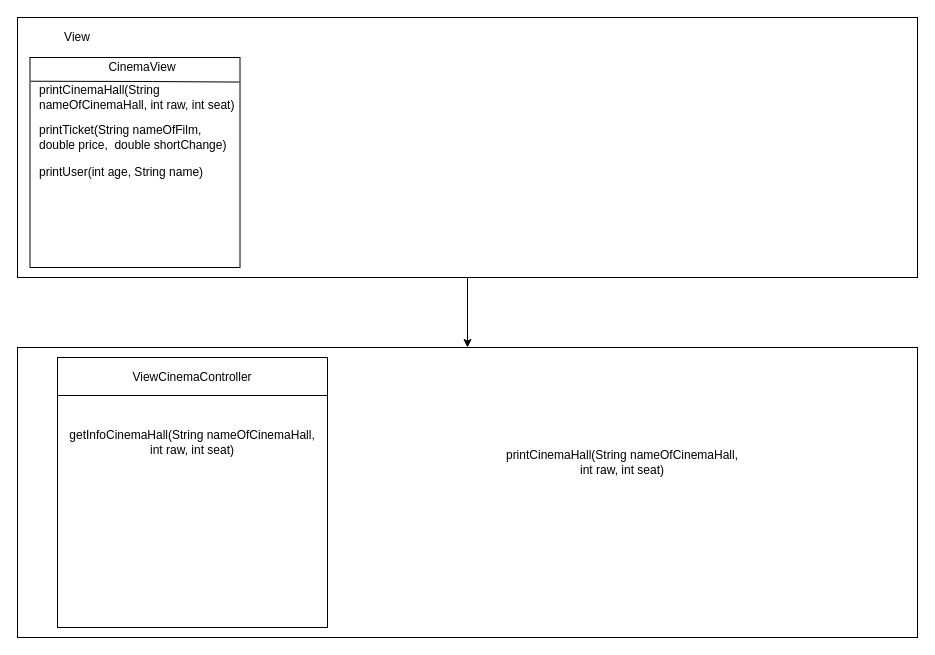
The draw.io diagram page "Page-2" (2 of 2) of Untitled Diagram.drawio in AleksandrBohan/diagram_for_project_group3_JWD, before the edit. Source tidied: cells renumbered, new cells numbered last; positions are measured from the earlier drawing's top-left corner, leaving out a move shared by most shapes. Both pictures are drawn from the tidied source at 100%, with x=0, y=0 at pixel (17, 17).
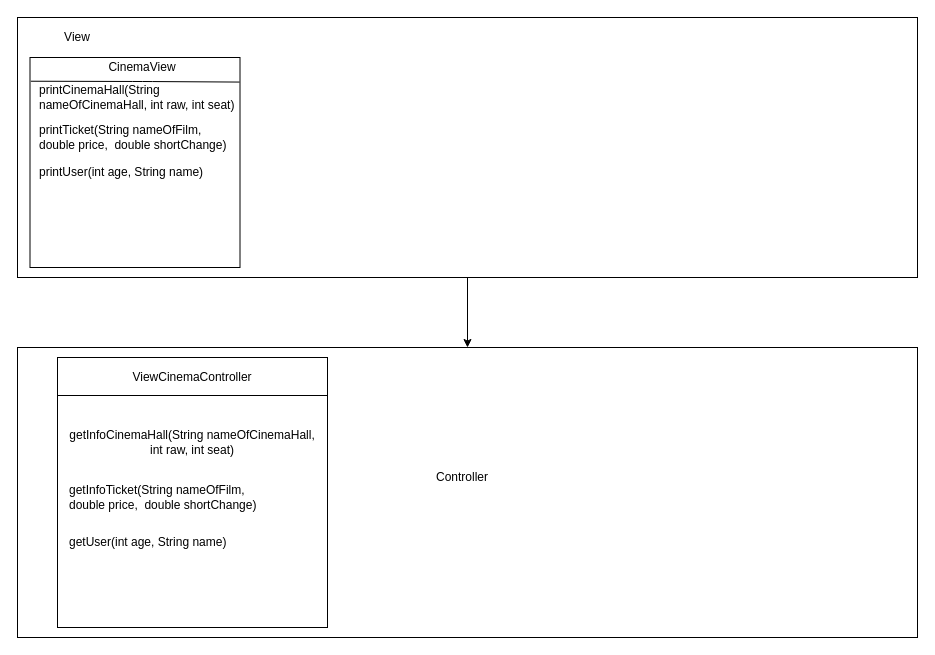
Above is the later version.

Change to the diagram source:
```diff
@@
-    <mxCell id="12" value="&lt;span style=&quot;text-align: left&quot;&gt;printCinemaHall(String nameOfCinemaHall, int raw, int seat)&lt;/span&gt;" style="text;html=1;strokeColor=none;fillColor=none;align=center;verticalAlign=middle;whiteSpace=wrap;rounded=0;" parent="1" vertex="1">
-      <mxGeometry x="480" y="440" width="250" height="10" as="geometry" />
-    </mxCell>
@@
+    <mxCell id="17" value="getInfoTicket(String nameOfFilm, double price,&amp;nbsp; double shortChange)" style="text;html=1;strokeColor=none;fillColor=none;align=left;verticalAlign=middle;whiteSpace=wrap;rounded=0;" parent="1" vertex="1">
+      <mxGeometry x="50" y="470" width="200" height="20" as="geometry" />
+    </mxCell>
+    <mxCell id="18" value="getUser(int age, String name)" style="text;html=1;strokeColor=none;fillColor=none;align=left;verticalAlign=middle;whiteSpace=wrap;rounded=0;" parent="1" vertex="1">
+      <mxGeometry x="50" y="520" width="210" height="10" as="geometry" />
+    </mxCell>
+    <mxCell id="19" value="Controller&lt;br&gt;" style="text;html=1;strokeColor=none;fillColor=none;align=center;verticalAlign=middle;whiteSpace=wrap;rounded=0;" parent="1" vertex="1">
+      <mxGeometry x="380" y="440" width="130" height="40" as="geometry" />
+    </mxCell>
```
